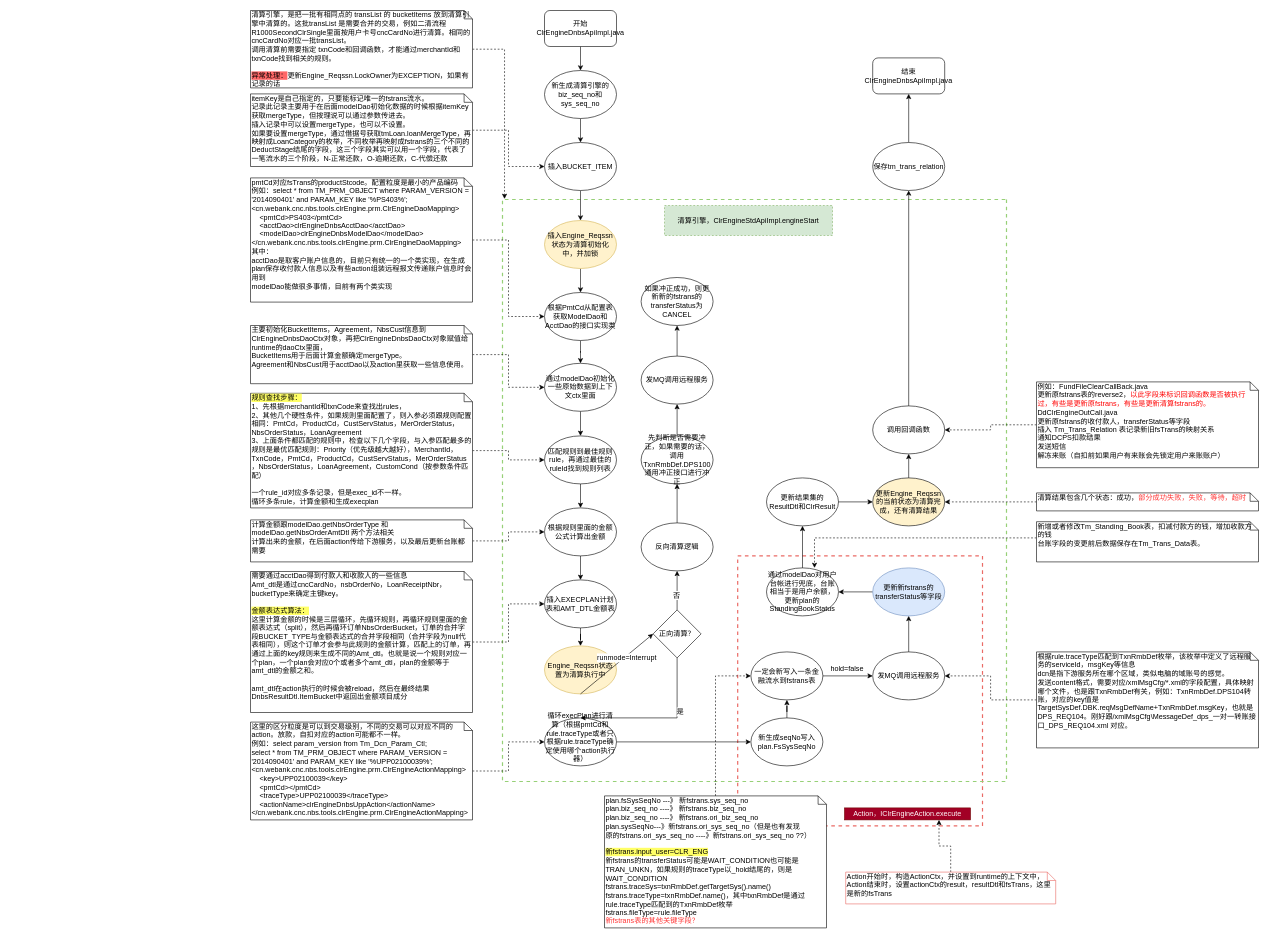
This is 清算引擎.drawio from staconfree/design, a draw.io file, before an edit. Source tidied: cells renumbered, new cells numbered last; positions are measured from the earlier drawing's top-left corner, leaving out a move shared by most shapes. Both pictures are drawn from the tidied source at 60%, with x=0, y=0 at pixel (250, 10).
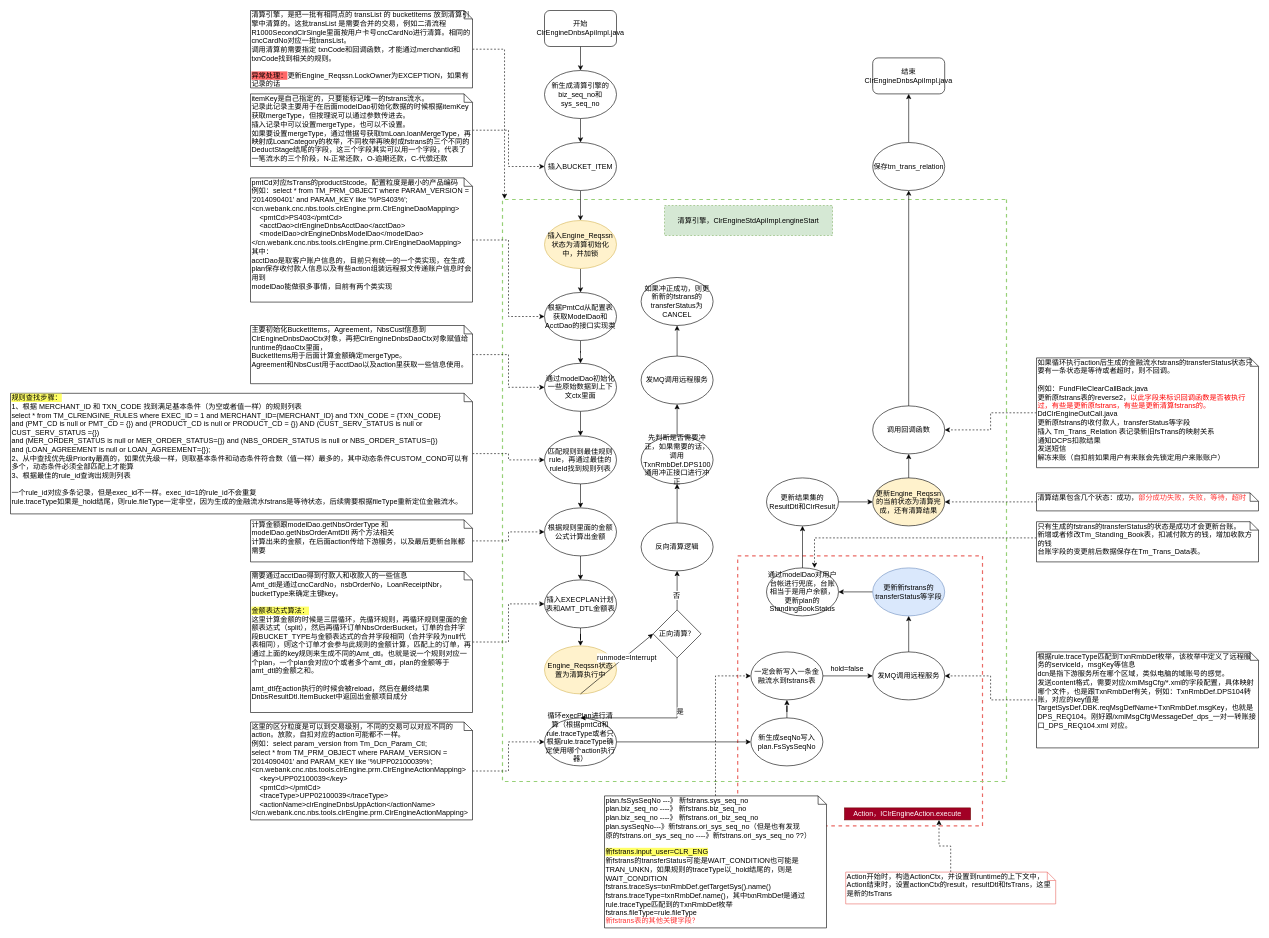
The same diagram, later.

Commit message:
更新清算引擎.drawio

Change to the diagram source:
```diff
@@
-    <mxCell id="66" value="&lt;div&gt;&lt;span style=&quot;background-color: rgb(255 , 255 , 102)&quot;&gt;规则查找步骤：&lt;/span&gt;&lt;br&gt;&lt;/div&gt;&lt;div&gt;1、先根据merchantId和txnCode来查找出rules，&lt;br&gt;2、其他几个硬性条件，如果规则里面配置了，则入参必须跟规则配置相同：PmtCd，ProductCd，CustServStatus，MerOrderStatus，&lt;/div&gt;&lt;div&gt;NbsOrderStatus，LoanAgreement&lt;br&gt;3、上面条件都匹配的规则中，检查以下几个字段，与入参匹配最多的规则是最优匹配规则：Priority（优先级越大越好），MerchantId，&lt;/div&gt;&lt;div&gt;TxnCode，PmtCd，ProductCd，CustServStatus，MerOrderStatus&lt;/div&gt;&lt;div&gt;，NbsOrderStatus，LoanAgreement，CustomCond（按参数条件匹配）&lt;br&gt;&lt;br&gt;&lt;/div&gt;&lt;div&gt;一个rule_id对应多条记录，但是exec_id不一样。&lt;/div&gt;循环多条rule，计算金额和生成execplan" style="shape=note;whiteSpace=wrap;html=1;size=14;verticalAlign=top;align=left;spacingTop=-6;" parent="1" vertex="1">
-      <mxGeometry y="638" width="370" height="191" as="geometry" />
+    <mxCell id="66" value="&lt;div&gt;&lt;span style=&quot;background-color: rgb(255 , 255 , 102)&quot;&gt;规则查找步骤：&lt;/span&gt;&lt;br&gt;&lt;/div&gt;1、根据 MERCHANT_ID 和 TXN_CODE 找到满足基本条件（为空或者值一样）的规则列表&lt;br&gt;select * from TM_CLRENGINE_RULES where EXEC_ID = 1 and MERCHANT_ID={MERCHANT_ID} and TXN_CODE = {TXN_CODE}&lt;br&gt;and (PMT_CD is null or PMT_CD = {}) and (PRODUCT_CD is null or PRODUCT_CD = {}) AND (CUST_SERV_STATUS is null or CUST_SERV_STATUS ={})&lt;br&gt;and (MER_ORDER_STATUS is null or MER_ORDER_STATUS={}) and (NBS_ORDER_STATUS is null or NBS_ORDER_STATUS={})&lt;br&gt;and (LOAN_AGREEMENT is null or LOAN_AGREEMENT={});&lt;br&gt;&lt;div&gt;2、从中查找优先级Priority最高的，如果优先级一样，则取基本条件和动态条件符合数（值一样）最多的，其中动态条件CUSTOM_COND可以有多个，动态条件必须全部匹配上才能算&lt;/div&gt;&lt;div&gt;3、根据最佳的rule_id查询出规则列表&lt;br&gt;&lt;/div&gt;&lt;div&gt;&lt;br&gt;&lt;/div&gt;&lt;div&gt;一个rule_id对应多条记录，但是exec_id不一样。exec_id=1的rule_id不会重复&lt;/div&gt;&lt;div&gt;rule.traceType如果是_hold结尾，则rule.fileType一定非空，因为生成的金融流水fstrans是等待状态，后续需要根据fileType重新定位金融流水。&lt;br&gt;&lt;/div&gt;" style="shape=note;whiteSpace=wrap;html=1;size=14;verticalAlign=top;align=left;spacingTop=-6;" parent="1" vertex="1">
+      <mxGeometry x="-400" y="638" width="770" height="201" as="geometry" />
     </mxCell>
@@
-    <mxCell id="74" value="&lt;div&gt;新增或者修改Tm_Standing_Book表，扣减付款方的钱，增加收款方的钱&lt;/div&gt;&lt;div&gt;台账字段的变更前后数据保存在Tm_Trans_Data表。&lt;br&gt;&lt;/div&gt;" style="shape=note;whiteSpace=wrap;html=1;size=14;verticalAlign=top;align=left;spacingTop=-6;" parent="1" vertex="1">
+    <mxCell id="74" value="&lt;div&gt;只有生成的fstrans的transferStatus的状态是成功才会更新台账。&lt;/div&gt;&lt;div&gt;新增或者修改Tm_Standing_Book表，扣减付款方的钱，增加收款方的钱&lt;/div&gt;&lt;div&gt;台账字段的变更前后数据保存在Tm_Trans_Data表。&lt;br&gt;&lt;/div&gt;" style="shape=note;whiteSpace=wrap;html=1;size=14;verticalAlign=top;align=left;spacingTop=-6;" parent="1" vertex="1">
       <mxGeometry x="1310" y="852" width="370" height="67" as="geometry" />
     </mxCell>
@@
-    <mxCell id="85" value="&lt;div&gt;例如：FundFileClearCallBack.java&lt;/div&gt;&lt;div&gt;更新原fstrans表的reverse2，&lt;font color=&quot;#FF0000&quot;&gt;以此字段来标识回调函数是否被执行过，有些是更新原fstrans，有些是更新清算fstrans的。&lt;/font&gt;&lt;/div&gt;&lt;div&gt;DdClrEngineOutCall.java&lt;/div&gt;&lt;div&gt;更新原fstrans的收付款人，transferStatus等字段&lt;br&gt;插入 Tm_Trans_Relation 表记录新旧fsTrans的映射关系&lt;/div&gt;&lt;div&gt;通知DCPS扣款结果&lt;/div&gt;&lt;div&gt;发送短信&lt;br&gt;解冻来账（自扣前如果用户有来账会先锁定用户来账账户）&lt;br&gt;&lt;/div&gt;" style="shape=note;whiteSpace=wrap;html=1;size=14;verticalAlign=top;align=left;spacingTop=-6;" parent="1" vertex="1">
-      <mxGeometry x="1310" y="619" width="370" height="143" as="geometry" />
+    <mxCell id="85" value="&lt;div&gt;如果循环执行action后生成的金融流水fstrans的transferStatus状态只要有一条状态是等待或者超时，则不回调。&lt;/div&gt;&lt;div&gt;&lt;br&gt;&lt;/div&gt;&lt;div&gt;例如：FundFileClearCallBack.java&lt;/div&gt;&lt;div&gt;更新原fstrans表的reverse2，&lt;font color=&quot;#FF0000&quot;&gt;以此字段来标识回调函数是否被执行过，有些是更新原fstrans，有些是更新清算fstrans的。&lt;/font&gt;&lt;/div&gt;&lt;div&gt;DdClrEngineOutCall.java&lt;/div&gt;&lt;div&gt;更新原fstrans的收付款人，transferStatus等字段&lt;br&gt;插入 Tm_Trans_Relation 表记录新旧fsTrans的映射关系&lt;/div&gt;&lt;div&gt;通知DCPS扣款结果&lt;/div&gt;&lt;div&gt;发送短信&lt;br&gt;解冻来账（自扣前如果用户有来账会先锁定用户来账账户）&lt;br&gt;&lt;/div&gt;" style="shape=note;whiteSpace=wrap;html=1;size=14;verticalAlign=top;align=left;spacingTop=-6;" parent="1" vertex="1">
+      <mxGeometry x="1310" y="579" width="370" height="183" as="geometry" />
     </mxCell>
```
